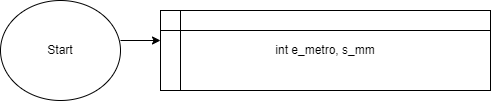
Before: Exercicios/15-02.drawio.png, a diagram exported from draw.io (glmbit/fatecsa-eletr.auto-ltp-jooj). Source tidied: cells renumbered, new cells last; positions are measured from the earlier drawing's top-left corner, leaving out a move shared by most shapes.
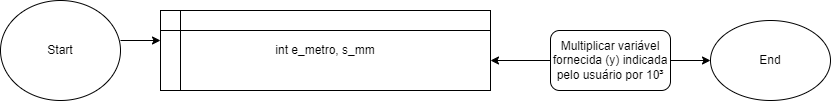
The same diagram one commit later.

Change to the diagram source:
```diff
@@ -13,5 +13,24 @@
     <mxCell id="4" value="int e_metro, s_mm&lt;br&gt;" style="shape=internalStorage;whiteSpace=wrap;html=1;backgroundOutline=1;" parent="1" vertex="1">
       <mxGeometry x="160" y="10" width="330" height="80" as="geometry" />
     </mxCell>
+    <mxCell id="5" style="edgeStyle=orthogonalEdgeStyle;rounded=0;jettySize=auto;html=1;" parent="1" edge="1" source="7" target="4">
+      <mxGeometry relative="1" as="geometry">
+        <Array as="points">
+          <mxPoint x="490" y="50" />
+          <mxPoint x="490" y="50" />
+        </Array>
+      </mxGeometry>
+    </mxCell>
+    <mxCell id="6" style="edgeStyle=orthogonalEdgeStyle;rounded=0;jettySize=auto;html=1;" parent="1" edge="1" source="7">
+      <mxGeometry relative="1" as="geometry">
+        <mxPoint x="710" y="60" as="targetPoint" />
+      </mxGeometry>
+    </mxCell>
+    <mxCell id="7" value="Multiplicar variável fornecida (y) indicada pelo usuário por 10³" style="rounded=1;whiteSpace=wrap;html=1;" parent="1" vertex="1">
+      <mxGeometry x="550" y="30" width="120" height="60" as="geometry" />
+    </mxCell>
+    <mxCell id="8" value="End&lt;br&gt;" style="ellipse;whiteSpace=wrap;html=1;" parent="1" vertex="1">
+      <mxGeometry x="710" y="20" width="120" height="80" as="geometry" />
+    </mxCell>
   </root>
 </mxGraphModel>
```
